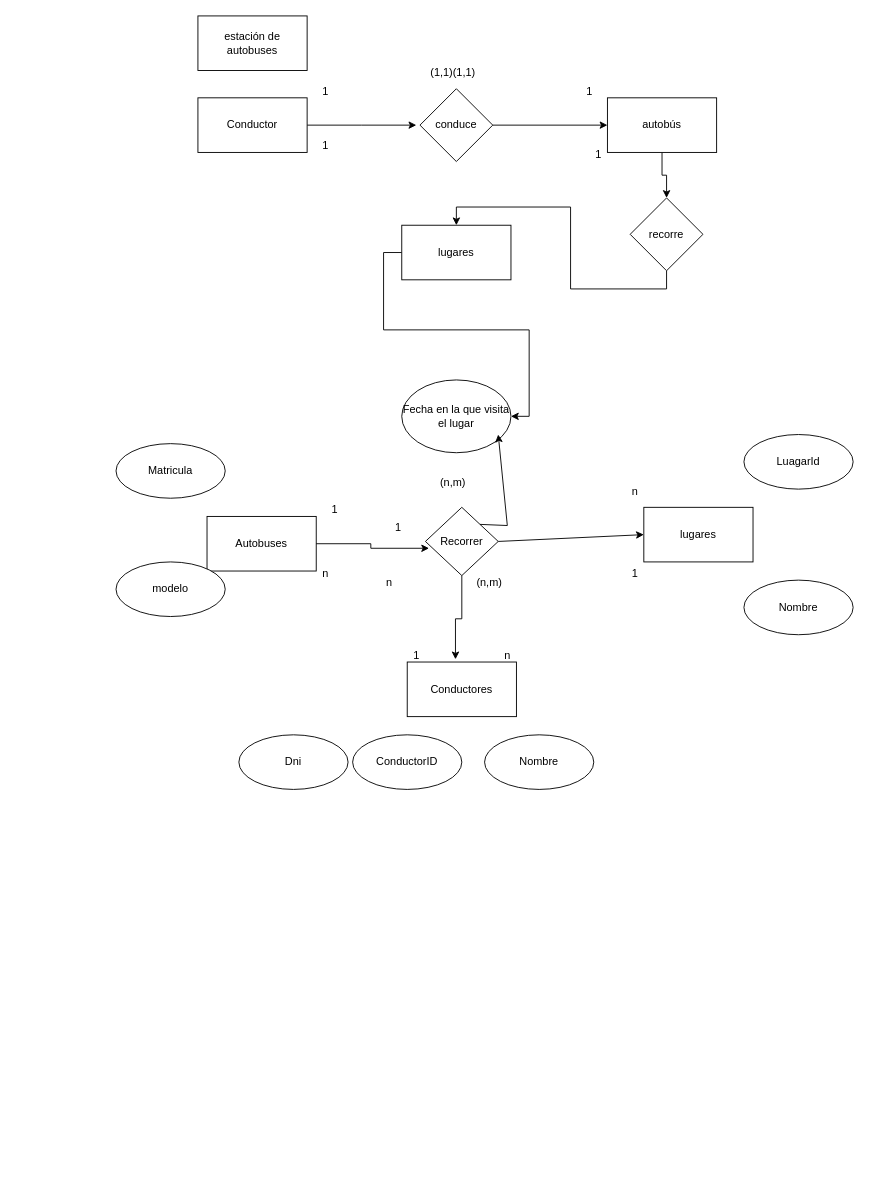
This is DiagramaEntidadesRelacion.drawio from cohet3/Diagramas, a draw.io file, before an edit. Source tidied: cells renumbered, new cells numbered last; positions are measured from the earlier drawing's top-left corner, leaving out a move shared by most shapes. Both pictures are drawn from the tidied source at 91%, with x=0, y=0 at pixel (116, 15).
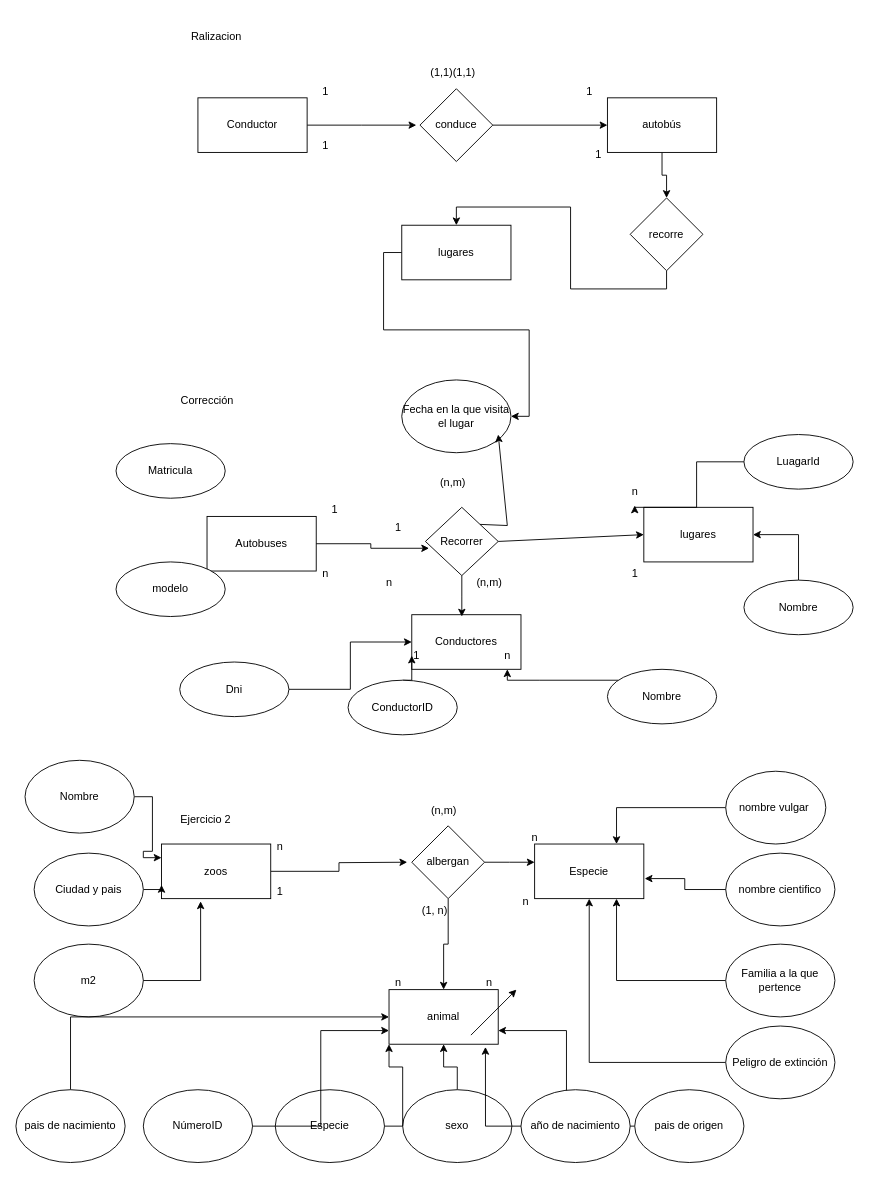
The same page after the edit.

Unchanged cells that the change refers to:
```xml
<mxCell id="20" value="Recorrer" style="rhombus;whiteSpace=wrap;html=1;" parent="1" vertex="1">
  <mxGeometry x="340" y="540" width="80" height="75" as="geometry" />
</mxCell>
<mxCell id="21" value="lugares" style="rounded=0;whiteSpace=wrap;html=1;" parent="1" vertex="1">
  <mxGeometry x="580" y="540" width="120" height="60" as="geometry" />
</mxCell>
<mxCell id="29" value="n" style="text;html=1;align=center;verticalAlign=middle;points=[];strokeColor=none;fillColor=none;" parent="1" vertex="1">
  <mxGeometry x="555" y="508" width="30" height="30" as="geometry" />
</mxCell>
<mxCell id="32" value="n" style="text;html=1;align=center;verticalAlign=middle;points=[];strokeColor=none;fillColor=none;" parent="1" vertex="1">
  <mxGeometry x="415" y="688" width="30" height="30" as="geometry" />
</mxCell>
<mxCell id="35" value="LuagarId" style="ellipse;whiteSpace=wrap;html=1;" parent="1" vertex="1">
  <mxGeometry x="690" y="460" width="120" height="60" as="geometry" />
</mxCell>
<mxCell id="36" value="Nombre" style="ellipse;whiteSpace=wrap;html=1;" parent="1" vertex="1">
  <mxGeometry x="690" y="620" width="120" height="60" as="geometry" />
</mxCell>
```

Diff of the diagram source:
```diff
@@
-    <mxCell id="4" value="estación de autobuses" style="rounded=0;whiteSpace=wrap;html=1;" parent="1" vertex="1">
-      <mxGeometry x="90" width="120" height="60" as="geometry" />
-    </mxCell>
@@
     <mxCell id="22" value="Conductores" style="rounded=0;whiteSpace=wrap;html=1;" parent="1" vertex="1">
-      <mxGeometry x="320" y="710" width="120" height="60" as="geometry" />
+      <mxGeometry x="325" y="658" width="120" height="60" as="geometry" />
     </mxCell>
@@
-    <mxCell id="25" style="edgeStyle=orthogonalEdgeStyle;rounded=0;jettySize=auto;html=1;exitX=0.5;exitY=1;exitDx=0;exitDy=0;entryX=0.442;entryY=-0.05;entryDx=0;entryDy=0;entryPerimeter=0;" parent="1" edge="1" source="20" target="22">
-      <mxGeometry relative="1" as="geometry" />
+    <mxCell id="25" style="edgeStyle=orthogonalEdgeStyle;rounded=0;jettySize=auto;html=1;exitX=0.5;exitY=1;exitDx=0;exitDy=0;" parent="1" edge="1" source="20">
+      <mxGeometry relative="1" as="geometry">
+        <mxPoint x="380" y="660" as="targetPoint" />
+      </mxGeometry>
     </mxCell>
@@
+    <mxCell id="44" style="edgeStyle=orthogonalEdgeStyle;rounded=0;jettySize=auto;html=1;" parent="1" edge="1" source="35" target="29">
+      <mxGeometry relative="1" as="geometry">
+        <Array as="points">
+          <mxPoint x="638" y="490" />
+          <mxPoint x="638" y="540" />
+          <mxPoint x="570" y="540" />
+        </Array>
+      </mxGeometry>
+    </mxCell>
@@
+    <mxCell id="45" style="edgeStyle=orthogonalEdgeStyle;rounded=0;jettySize=auto;html=1;entryX=1;entryY=0.5;entryDx=0;entryDy=0;" parent="1" edge="1" source="36" target="21">
+      <mxGeometry relative="1" as="geometry" />
+    </mxCell>
@@
+    <mxCell id="46" style="edgeStyle=orthogonalEdgeStyle;rounded=0;jettySize=auto;html=1;exitX=0.5;exitY=0;exitDx=0;exitDy=0;entryX=0;entryY=0.75;entryDx=0;entryDy=0;" parent="1" edge="1" source="37" target="22">
+      <mxGeometry relative="1" as="geometry" />
+    </mxCell>
     <mxCell id="37" value="ConductorID" style="ellipse;whiteSpace=wrap;html=1;" parent="1" vertex="1">
-      <mxGeometry x="260" y="790" width="120" height="60" as="geometry" />
+      <mxGeometry x="255" y="730" width="120" height="60" as="geometry" />
     </mxCell>
+    <mxCell id="47" style="edgeStyle=orthogonalEdgeStyle;rounded=0;jettySize=auto;html=1;" parent="1" edge="1" source="38" target="32">
+      <mxGeometry relative="1" as="geometry">
+        <Array as="points">
+          <mxPoint x="465" y="730" />
+          <mxPoint x="440" y="730" />
+        </Array>
+      </mxGeometry>
+    </mxCell>
     <mxCell id="38" value="Nombre" style="ellipse;whiteSpace=wrap;html=1;" parent="1" vertex="1">
-      <mxGeometry x="405" y="790" width="120" height="60" as="geometry" />
+      <mxGeometry x="540" y="718" width="120" height="60" as="geometry" />
     </mxCell>
+    <mxCell id="48" style="edgeStyle=orthogonalEdgeStyle;rounded=0;jettySize=auto;html=1;entryX=0;entryY=0.5;entryDx=0;entryDy=0;" parent="1" edge="1" source="39" target="22">
+      <mxGeometry relative="1" as="geometry" />
+    </mxCell>
     <mxCell id="39" value="Dni" style="ellipse;whiteSpace=wrap;html=1;" parent="1" vertex="1">
-      <mxGeometry x="135" y="790" width="120" height="60" as="geometry" />
+      <mxGeometry x="70" y="710" width="120" height="60" as="geometry" />
     </mxCell>
@@
+    <mxCell id="49" value="Corrección" style="text;html=1;align=center;verticalAlign=middle;strokeColor=none;fillColor=none;" parent="1" vertex="1">
+      <mxGeometry x="60" y="408" width="80" height="30" as="geometry" />
+    </mxCell>
+    <mxCell id="50" value="Ralizacion" style="text;html=1;align=center;verticalAlign=middle;strokeColor=none;fillColor=none;" parent="1" vertex="1">
+      <mxGeometry x="70" y="8" width="80" height="30" as="geometry" />
+    </mxCell>
+    <mxCell id="51" value="Ejercicio 2&amp;nbsp;" style="text;html=1;align=center;verticalAlign=middle;strokeColor=none;fillColor=none;" parent="1" vertex="1">
+      <mxGeometry x="60" y="868" width="80" height="30" as="geometry" />
+    </mxCell>
+    <mxCell id="52" style="edgeStyle=orthogonalEdgeStyle;rounded=0;jettySize=auto;html=1;exitX=1;exitY=0.5;exitDx=0;exitDy=0;" parent="1" edge="1" source="53">
+      <mxGeometry relative="1" as="geometry">
+        <mxPoint x="320" y="930" as="targetPoint" />
+      </mxGeometry>
+    </mxCell>
+    <mxCell id="53" value="zoos" style="rounded=0;whiteSpace=wrap;html=1;" parent="1" vertex="1">
+      <mxGeometry x="50" y="910" width="120" height="60" as="geometry" />
+    </mxCell>
+    <mxCell id="54" style="edgeStyle=orthogonalEdgeStyle;rounded=0;jettySize=auto;html=1;exitX=1;exitY=0.5;exitDx=0;exitDy=0;" parent="1" edge="1" source="56">
+      <mxGeometry relative="1" as="geometry">
+        <mxPoint x="460" y="930" as="targetPoint" />
+      </mxGeometry>
+    </mxCell>
+    <mxCell id="55" style="edgeStyle=orthogonalEdgeStyle;rounded=0;jettySize=auto;html=1;entryX=0.5;entryY=0;entryDx=0;entryDy=0;" parent="1" edge="1" source="56" target="71">
+      <mxGeometry relative="1" as="geometry" />
+    </mxCell>
+    <mxCell id="56" value="albergan" style="rhombus;whiteSpace=wrap;html=1;" parent="1" vertex="1">
+      <mxGeometry x="325" y="890" width="80" height="80" as="geometry" />
+    </mxCell>
+    <mxCell id="57" value="Especie" style="rounded=0;whiteSpace=wrap;html=1;" parent="1" vertex="1">
+      <mxGeometry x="460" y="910" width="120" height="60" as="geometry" />
+    </mxCell>
+    <mxCell id="58" style="edgeStyle=orthogonalEdgeStyle;rounded=0;jettySize=auto;html=1;entryX=0;entryY=0.25;entryDx=0;entryDy=0;" parent="1" edge="1" source="59" target="53">
+      <mxGeometry relative="1" as="geometry" />
+    </mxCell>
+    <mxCell id="59" value="Nombre" style="ellipse;whiteSpace=wrap;html=1;" parent="1" vertex="1">
+      <mxGeometry x="-100" y="818" width="120" height="80" as="geometry" />
+    </mxCell>
+    <mxCell id="60" style="edgeStyle=orthogonalEdgeStyle;rounded=0;jettySize=auto;html=1;exitX=1;exitY=0.5;exitDx=0;exitDy=0;entryX=0;entryY=0.75;entryDx=0;entryDy=0;" parent="1" edge="1" source="61" target="53">
+      <mxGeometry relative="1" as="geometry" />
+    </mxCell>
+    <mxCell id="61" value="Ciudad y pais" style="ellipse;whiteSpace=wrap;html=1;" parent="1" vertex="1">
+      <mxGeometry x="-90" y="920" width="120" height="80" as="geometry" />
+    </mxCell>
+    <mxCell id="62" value="m2" style="ellipse;whiteSpace=wrap;html=1;" parent="1" vertex="1">
+      <mxGeometry x="-90" y="1020" width="120" height="80" as="geometry" />
+    </mxCell>
+    <mxCell id="63" style="edgeStyle=orthogonalEdgeStyle;rounded=0;jettySize=auto;html=1;exitX=1;exitY=0.5;exitDx=0;exitDy=0;entryX=0.358;entryY=1.05;entryDx=0;entryDy=0;entryPerimeter=0;" parent="1" edge="1" source="62" target="53">
+      <mxGeometry relative="1" as="geometry" />
+    </mxCell>
+    <mxCell id="64" style="edgeStyle=orthogonalEdgeStyle;rounded=0;jettySize=auto;html=1;entryX=0.75;entryY=0;entryDx=0;entryDy=0;" parent="1" edge="1" source="65" target="57">
+      <mxGeometry relative="1" as="geometry" />
+    </mxCell>
+    <mxCell id="65" value="nombre vulgar&lt;span style=&quot;white-space: pre;&quot;&gt;&#9;&lt;/span&gt;" style="ellipse;whiteSpace=wrap;html=1;" parent="1" vertex="1">
+      <mxGeometry x="670" y="830" width="110" height="80" as="geometry" />
+    </mxCell>
+    <mxCell id="66" value="nombre cientifico" style="ellipse;whiteSpace=wrap;html=1;" parent="1" vertex="1">
+      <mxGeometry x="670" y="920" width="120" height="80" as="geometry" />
+    </mxCell>
+    <mxCell id="67" style="edgeStyle=orthogonalEdgeStyle;rounded=0;jettySize=auto;html=1;entryX=0.75;entryY=1;entryDx=0;entryDy=0;" parent="1" edge="1" source="68" target="57">
+      <mxGeometry relative="1" as="geometry" />
+    </mxCell>
+    <mxCell id="68" value="Familia a la que pertence" style="ellipse;whiteSpace=wrap;html=1;" parent="1" vertex="1">
+      <mxGeometry x="670" y="1020" width="120" height="80" as="geometry" />
+    </mxCell>
+    <mxCell id="69" style="edgeStyle=orthogonalEdgeStyle;rounded=0;jettySize=auto;html=1;entryX=0.5;entryY=1;entryDx=0;entryDy=0;" parent="1" edge="1" source="70" target="57">
+      <mxGeometry relative="1" as="geometry" />
+    </mxCell>
+    <mxCell id="70" value="Peligro de extinción" style="ellipse;whiteSpace=wrap;html=1;" parent="1" vertex="1">
+      <mxGeometry x="670" y="1110" width="120" height="80" as="geometry" />
+    </mxCell>
+    <mxCell id="71" value="animal" style="rounded=0;whiteSpace=wrap;html=1;" parent="1" vertex="1">
+      <mxGeometry x="300" y="1070" width="120" height="60" as="geometry" />
+    </mxCell>
+    <mxCell id="72" style="edgeStyle=orthogonalEdgeStyle;rounded=0;jettySize=auto;html=1;exitX=0.5;exitY=0;exitDx=0;exitDy=0;entryX=0;entryY=0.5;entryDx=0;entryDy=0;" parent="1" edge="1" source="73" target="71">
+      <mxGeometry relative="1" as="geometry" />
+    </mxCell>
+    <mxCell id="73" value="pais de nacimiento" style="ellipse;whiteSpace=wrap;html=1;" parent="1" vertex="1">
+      <mxGeometry x="-110" y="1180" width="120" height="80" as="geometry" />
+    </mxCell>
+    <mxCell id="74" style="edgeStyle=orthogonalEdgeStyle;rounded=0;jettySize=auto;html=1;entryX=1;entryY=0.75;entryDx=0;entryDy=0;" parent="1" edge="1" source="75" target="71">
+      <mxGeometry relative="1" as="geometry" />
+    </mxCell>
+    <mxCell id="75" value="pais de origen" style="ellipse;whiteSpace=wrap;html=1;" parent="1" vertex="1">
+      <mxGeometry x="570" y="1180" width="120" height="80" as="geometry" />
+    </mxCell>
+    <mxCell id="76" value="año de nacimiento" style="ellipse;whiteSpace=wrap;html=1;" parent="1" vertex="1">
+      <mxGeometry x="445" y="1180" width="120" height="80" as="geometry" />
+    </mxCell>
+    <mxCell id="77" style="edgeStyle=orthogonalEdgeStyle;rounded=0;jettySize=auto;html=1;entryX=0.5;entryY=1;entryDx=0;entryDy=0;" parent="1" edge="1" source="78" target="71">
+      <mxGeometry relative="1" as="geometry" />
+    </mxCell>
+    <mxCell id="78" value="sexo" style="ellipse;whiteSpace=wrap;html=1;" parent="1" vertex="1">
+      <mxGeometry x="315" y="1180" width="120" height="80" as="geometry" />
+    </mxCell>
+    <mxCell id="79" style="edgeStyle=orthogonalEdgeStyle;rounded=0;jettySize=auto;html=1;entryX=0;entryY=1;entryDx=0;entryDy=0;" parent="1" edge="1" source="80" target="71">
+      <mxGeometry relative="1" as="geometry" />
+    </mxCell>
+    <mxCell id="80" value="Especie" style="ellipse;whiteSpace=wrap;html=1;" parent="1" vertex="1">
+      <mxGeometry x="175" y="1180" width="120" height="80" as="geometry" />
+    </mxCell>
+    <mxCell id="81" style="edgeStyle=orthogonalEdgeStyle;rounded=0;jettySize=auto;html=1;entryX=0;entryY=0.75;entryDx=0;entryDy=0;" parent="1" edge="1" source="82" target="71">
+      <mxGeometry relative="1" as="geometry" />
+    </mxCell>
+    <mxCell id="82" value="NúmeroID" style="ellipse;whiteSpace=wrap;html=1;" parent="1" vertex="1">
+      <mxGeometry x="30" y="1180" width="120" height="80" as="geometry" />
+    </mxCell>
+    <mxCell id="83" style="endArrow=classic;html=1;rounded=0;" parent="1" edge="1">
+      <mxGeometry relative="1" as="geometry">
+        <mxPoint x="390" y="1120" as="sourcePoint" />
+        <mxPoint x="440" y="1070" as="targetPoint" />
+      </mxGeometry>
+    </mxCell>
+    <mxCell id="84" style="edgeStyle=orthogonalEdgeStyle;rounded=0;jettySize=auto;html=1;entryX=0.883;entryY=1.05;entryDx=0;entryDy=0;entryPerimeter=0;" parent="1" edge="1" source="76" target="71">
+      <mxGeometry relative="1" as="geometry" />
+    </mxCell>
+    <mxCell id="85" style="edgeStyle=orthogonalEdgeStyle;rounded=0;jettySize=auto;html=1;entryX=1.008;entryY=0.633;entryDx=0;entryDy=0;entryPerimeter=0;" parent="1" edge="1" source="66" target="57">
+      <mxGeometry relative="1" as="geometry" />
+    </mxCell>
+    <mxCell id="86" value="n" style="text;html=1;align=center;verticalAlign=middle;strokeColor=none;fillColor=none;" parent="1" vertex="1">
+      <mxGeometry x="165" y="898" width="30" height="30" as="geometry" />
+    </mxCell>
+    <mxCell id="87" value="n" style="text;html=1;align=center;verticalAlign=middle;strokeColor=none;fillColor=none;" parent="1" vertex="1">
+      <mxGeometry x="445" y="888" width="30" height="30" as="geometry" />
+    </mxCell>
+    <mxCell id="88" value="1" style="text;html=1;align=center;verticalAlign=middle;strokeColor=none;fillColor=none;" parent="1" vertex="1">
+      <mxGeometry x="165" y="948" width="30" height="30" as="geometry" />
+    </mxCell>
+    <mxCell id="89" value="n" style="text;html=1;align=center;verticalAlign=middle;strokeColor=none;fillColor=none;" parent="1" vertex="1">
+      <mxGeometry x="435" y="958" width="30" height="30" as="geometry" />
+    </mxCell>
+    <mxCell id="90" value="n" style="text;html=1;align=center;verticalAlign=middle;strokeColor=none;fillColor=none;" parent="1" vertex="1">
+      <mxGeometry x="395" y="1048" width="30" height="30" as="geometry" />
+    </mxCell>
+    <mxCell id="91" value="n" style="text;html=1;align=center;verticalAlign=middle;strokeColor=none;fillColor=none;" parent="1" vertex="1">
+      <mxGeometry x="295" y="1048" width="30" height="30" as="geometry" />
+    </mxCell>
+    <mxCell id="92" value="(n,m)" style="text;html=1;align=center;verticalAlign=middle;strokeColor=none;fillColor=none;" parent="1" vertex="1">
+      <mxGeometry x="335" y="858" width="50" height="30" as="geometry" />
+    </mxCell>
+    <mxCell id="93" value="(1, n)" style="text;html=1;align=center;verticalAlign=middle;strokeColor=none;fillColor=none;" parent="1" vertex="1">
+      <mxGeometry x="325" y="968" width="50" height="30" as="geometry" />
+    </mxCell>
```
